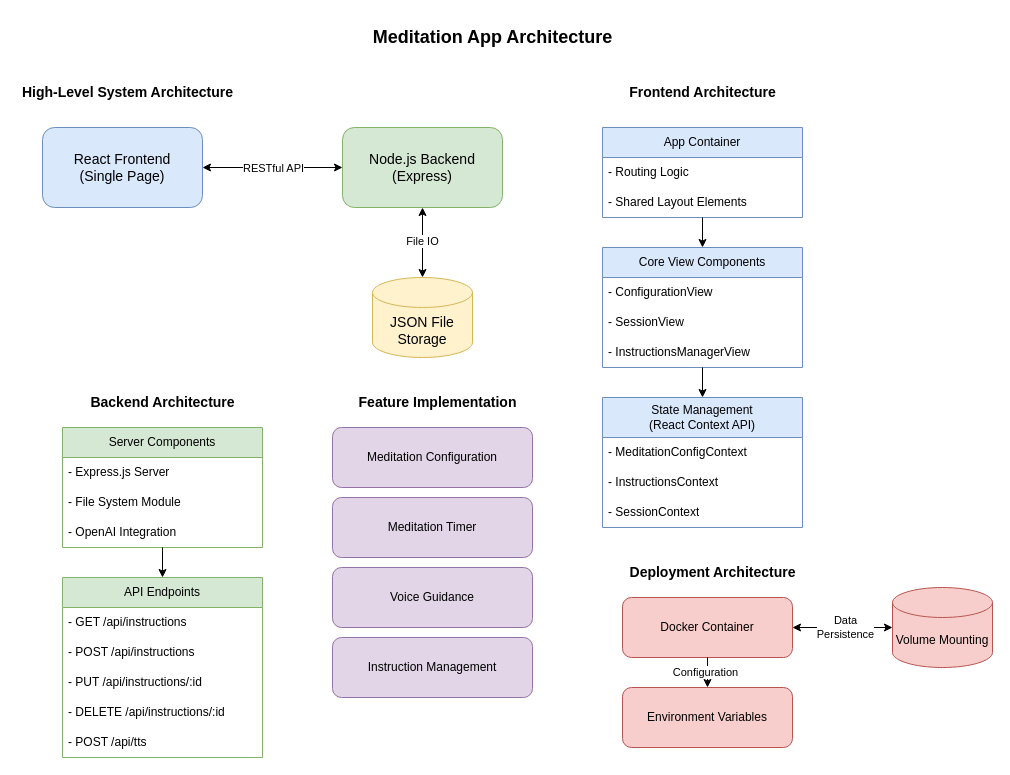
Above: meditation-app-architecture.drawio in andreaswittmann/contemplation-machine (draw.io), before the change. Source tidied: cells renumbered, new cells numbered last; positions are measured from the earlier drawing's top-left corner, leaving out a move shared by most shapes. Both pictures are drawn from the tidied source at 100%, with x=0, y=0 at pixel (17, 17).
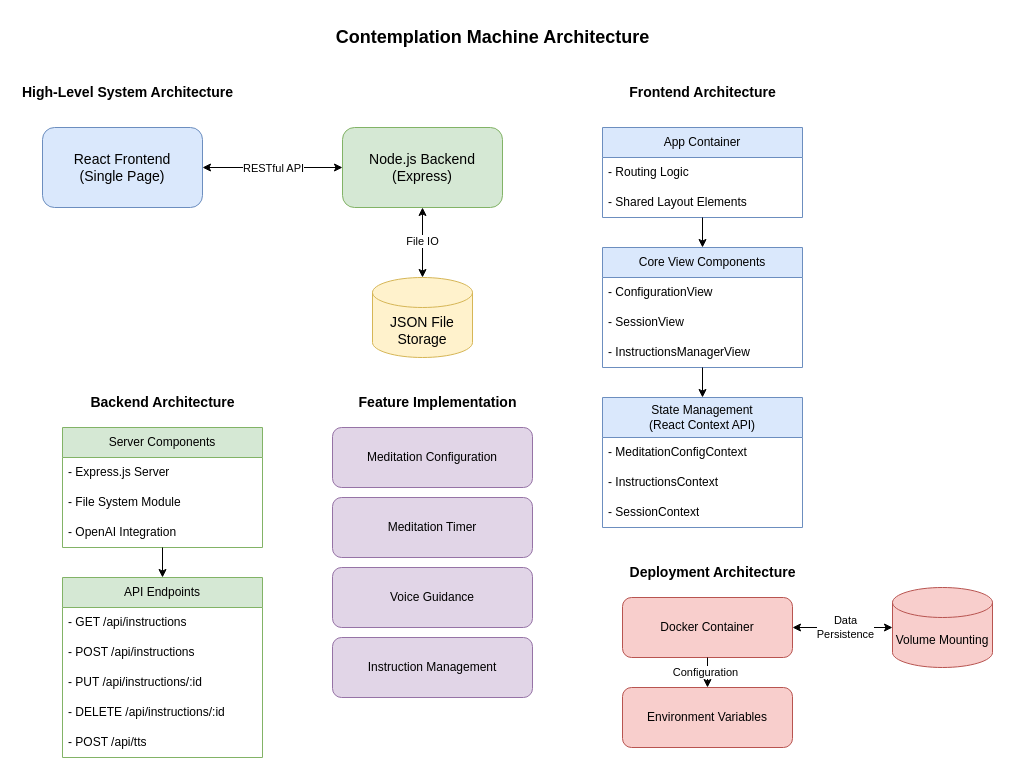
The same diagram, later.

What changed in the source:
```diff
@@
-    <mxCell id="2" value="&lt;font style=&quot;font-size: 18px;&quot;&gt;&lt;b&gt;Meditation App Architecture&lt;/b&gt;&lt;/font&gt;" style="text;html=1;align=center;verticalAlign=middle;strokeColor=none;fillColor=none;" parent="1" vertex="1">
+    <mxCell id="2" value="&lt;font style=&quot;font-size: 18px;&quot;&gt;&lt;b&gt;Contemplation Machine Architecture&lt;/b&gt;&lt;/font&gt;" style="text;html=1;align=center;verticalAlign=middle;strokeColor=none;fillColor=none;" parent="1" vertex="1">
       <mxGeometry x="350" width="250" height="40" as="geometry" />
     </mxCell>
```
